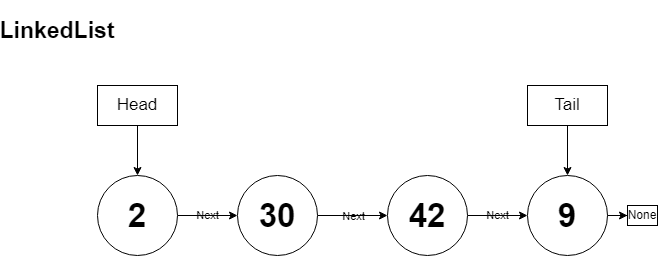
This is structures/linked_list.drawio.png from Burakherdogan/data_structures_and_algorithms, a draw.io export, as it was before one commit. Source tidied: cells renumbered, new cells last; positions are measured from the earlier drawing's top-left corner, leaving out a move shared by most shapes.
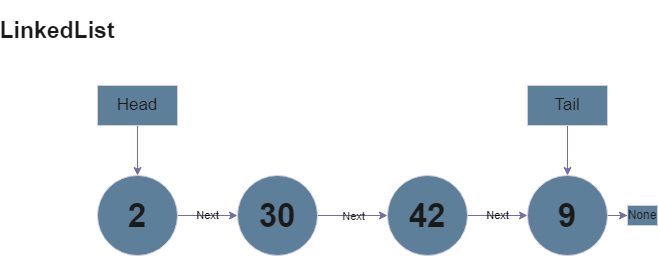
After the change.

Diff of the diagram source:
```diff
@@ -2,49 +2,49 @@
   <root>
     <mxCell id="0" />
     <mxCell id="1" parent="0" />
-    <mxCell id="2" value="Next" style="edgeStyle=orthogonalEdgeStyle;rounded=0;jettySize=auto;html=1;labelBackgroundColor=none;fontColor=default;" parent="1" edge="1" source="3" target="6">
+    <mxCell id="2" value="Next" style="edgeStyle=orthogonalEdgeStyle;rounded=0;jettySize=auto;html=1;labelBackgroundColor=none;fontColor=default;strokeColor=#736CA8;" parent="1" edge="1" source="3" target="6">
       <mxGeometry relative="1" as="geometry" />
     </mxCell>
-    <mxCell id="3" value="&lt;b&gt;&lt;font style=&quot;font-size: 33px;&quot;&gt;2&lt;/font&gt;&lt;/b&gt;" style="ellipse;whiteSpace=wrap;html=1;labelBackgroundColor=none;" parent="1" vertex="1">
+    <mxCell id="3" value="&lt;b&gt;&lt;font style=&quot;font-size: 33px;&quot;&gt;2&lt;/font&gt;&lt;/b&gt;" style="ellipse;whiteSpace=wrap;html=1;labelBackgroundColor=none;fillColor=#5D7F99;strokeColor=#D0CEE2;fontColor=#1A1A1A;" parent="1" vertex="1">
       <mxGeometry x="70" y="160" width="80" height="80" as="geometry" />
     </mxCell>
-    <mxCell id="4" style="edgeStyle=orthogonalEdgeStyle;rounded=0;jettySize=auto;html=1;labelBackgroundColor=none;fontColor=default;" parent="1" edge="1" source="6" target="8">
+    <mxCell id="4" style="edgeStyle=orthogonalEdgeStyle;rounded=0;jettySize=auto;html=1;labelBackgroundColor=none;fontColor=default;strokeColor=#736CA8;" parent="1" edge="1" source="6" target="8">
       <mxGeometry relative="1" as="geometry" />
     </mxCell>
-    <mxCell id="5" value="Next" style="edgeLabel;html=1;align=center;verticalAlign=middle;labelBackgroundColor=none;" parent="4" vertex="1">
+    <mxCell id="5" value="Next" style="edgeLabel;html=1;align=center;verticalAlign=middle;labelBackgroundColor=none;fontColor=#1A1A1A;" parent="4" vertex="1">
       <mxGeometry relative="1" as="geometry" />
     </mxCell>
-    <mxCell id="6" value="&lt;b&gt;&lt;font style=&quot;font-size: 33px;&quot;&gt;30&lt;/font&gt;&lt;/b&gt;" style="ellipse;whiteSpace=wrap;html=1;labelBackgroundColor=none;" parent="1" vertex="1">
+    <mxCell id="6" value="&lt;b&gt;&lt;font style=&quot;font-size: 33px;&quot;&gt;30&lt;/font&gt;&lt;/b&gt;" style="ellipse;whiteSpace=wrap;html=1;labelBackgroundColor=none;fillColor=#5D7F99;strokeColor=#D0CEE2;fontColor=#1A1A1A;" parent="1" vertex="1">
       <mxGeometry x="210" y="160" width="80" height="80" as="geometry" />
     </mxCell>
-    <mxCell id="7" value="Next" style="edgeStyle=orthogonalEdgeStyle;rounded=0;jettySize=auto;html=1;labelBackgroundColor=none;fontColor=default;" parent="1" edge="1" source="8" target="10">
+    <mxCell id="7" value="Next" style="edgeStyle=orthogonalEdgeStyle;rounded=0;jettySize=auto;html=1;labelBackgroundColor=none;fontColor=default;strokeColor=#736CA8;" parent="1" edge="1" source="8" target="10">
       <mxGeometry relative="1" as="geometry" />
     </mxCell>
-    <mxCell id="8" value="&lt;b&gt;&lt;font style=&quot;font-size: 33px;&quot;&gt;42&lt;/font&gt;&lt;/b&gt;" style="ellipse;whiteSpace=wrap;html=1;labelBackgroundColor=none;" parent="1" vertex="1">
+    <mxCell id="8" value="&lt;b&gt;&lt;font style=&quot;font-size: 33px;&quot;&gt;42&lt;/font&gt;&lt;/b&gt;" style="ellipse;whiteSpace=wrap;html=1;labelBackgroundColor=none;fillColor=#5D7F99;strokeColor=#D0CEE2;fontColor=#1A1A1A;" parent="1" vertex="1">
       <mxGeometry x="360" y="160" width="80" height="80" as="geometry" />
     </mxCell>
-    <mxCell id="9" style="edgeStyle=orthogonalEdgeStyle;rounded=0;jettySize=auto;html=1;labelBackgroundColor=none;fontColor=default;" parent="1" edge="1" source="10" target="13">
+    <mxCell id="9" style="edgeStyle=orthogonalEdgeStyle;rounded=0;jettySize=auto;html=1;labelBackgroundColor=none;fontColor=default;strokeColor=#736CA8;" parent="1" edge="1" source="10" target="13">
       <mxGeometry relative="1" as="geometry" />
     </mxCell>
-    <mxCell id="10" value="&lt;span style=&quot;font-size: 33px;&quot;&gt;&lt;b&gt;9&lt;/b&gt;&lt;/span&gt;" style="ellipse;whiteSpace=wrap;html=1;labelBackgroundColor=none;" parent="1" vertex="1">
+    <mxCell id="10" value="&lt;span style=&quot;font-size: 33px;&quot;&gt;&lt;b&gt;9&lt;/b&gt;&lt;/span&gt;" style="ellipse;whiteSpace=wrap;html=1;labelBackgroundColor=none;fillColor=#5D7F99;strokeColor=#D0CEE2;fontColor=#1A1A1A;" parent="1" vertex="1">
       <mxGeometry x="500" y="160" width="80" height="80" as="geometry" />
     </mxCell>
-    <mxCell id="11" style="edgeStyle=orthogonalEdgeStyle;rounded=0;jettySize=auto;html=1;labelBackgroundColor=none;fontColor=default;" parent="1" edge="1" source="12" target="3">
+    <mxCell id="11" style="edgeStyle=orthogonalEdgeStyle;rounded=0;jettySize=auto;html=1;labelBackgroundColor=none;fontColor=default;strokeColor=#736CA8;" parent="1" edge="1" source="12" target="3">
       <mxGeometry relative="1" as="geometry" />
     </mxCell>
-    <mxCell id="12" value="&lt;font style=&quot;font-size: 17px;&quot;&gt;Head&lt;/font&gt;" style="rounded=0;whiteSpace=wrap;html=1;labelBackgroundColor=none;" parent="1" vertex="1">
+    <mxCell id="12" value="&lt;font style=&quot;font-size: 17px;&quot;&gt;Head&lt;/font&gt;" style="rounded=0;whiteSpace=wrap;html=1;labelBackgroundColor=none;fillColor=#5D7F99;strokeColor=#D0CEE2;fontColor=#1A1A1A;" parent="1" vertex="1">
       <mxGeometry x="70" y="70" width="80" height="40" as="geometry" />
     </mxCell>
-    <mxCell id="13" value="None" style="whiteSpace=wrap;html=1;labelBackgroundColor=none;" parent="1" vertex="1">
+    <mxCell id="13" value="None" style="whiteSpace=wrap;html=1;labelBackgroundColor=none;fillColor=#5D7F99;strokeColor=#D0CEE2;fontColor=#1A1A1A;" parent="1" vertex="1">
       <mxGeometry x="600" y="190" width="30" height="20" as="geometry" />
     </mxCell>
-    <mxCell id="14" style="edgeStyle=orthogonalEdgeStyle;rounded=0;jettySize=auto;html=1;labelBackgroundColor=none;fontColor=default;" parent="1" edge="1" source="15" target="10">
+    <mxCell id="14" style="edgeStyle=orthogonalEdgeStyle;rounded=0;jettySize=auto;html=1;labelBackgroundColor=none;fontColor=default;strokeColor=#736CA8;" parent="1" edge="1" source="15" target="10">
       <mxGeometry relative="1" as="geometry" />
     </mxCell>
-    <mxCell id="15" value="&lt;font style=&quot;font-size: 17px;&quot;&gt;Tail&lt;/font&gt;" style="rounded=0;whiteSpace=wrap;html=1;labelBackgroundColor=none;" parent="1" vertex="1">
+    <mxCell id="15" value="&lt;font style=&quot;font-size: 17px;&quot;&gt;Tail&lt;/font&gt;" style="rounded=0;whiteSpace=wrap;html=1;labelBackgroundColor=none;fillColor=#5D7F99;strokeColor=#D0CEE2;fontColor=#1A1A1A;" parent="1" vertex="1">
       <mxGeometry x="500" y="70" width="80" height="40" as="geometry" />
     </mxCell>
-    <mxCell id="16" value="&lt;h1&gt;&lt;font face=&quot;Helvetica&quot; style=&quot;font-size: 23px;&quot;&gt;LinkedList&lt;/font&gt;&lt;/h1&gt;" style="text;html=1;strokeColor=none;fillColor=none;align=center;verticalAlign=middle;whiteSpace=wrap;rounded=0;labelBackgroundColor=none;" parent="1" vertex="1">
+    <mxCell id="16" value="&lt;h1&gt;&lt;font face=&quot;Helvetica&quot; style=&quot;font-size: 23px;&quot;&gt;LinkedList&lt;/font&gt;&lt;/h1&gt;" style="text;html=1;strokeColor=none;fillColor=none;align=center;verticalAlign=middle;whiteSpace=wrap;rounded=0;labelBackgroundColor=none;fontColor=#1A1A1A;" parent="1" vertex="1">
       <mxGeometry width="60" height="30" as="geometry" />
     </mxCell>
   </root>
```
